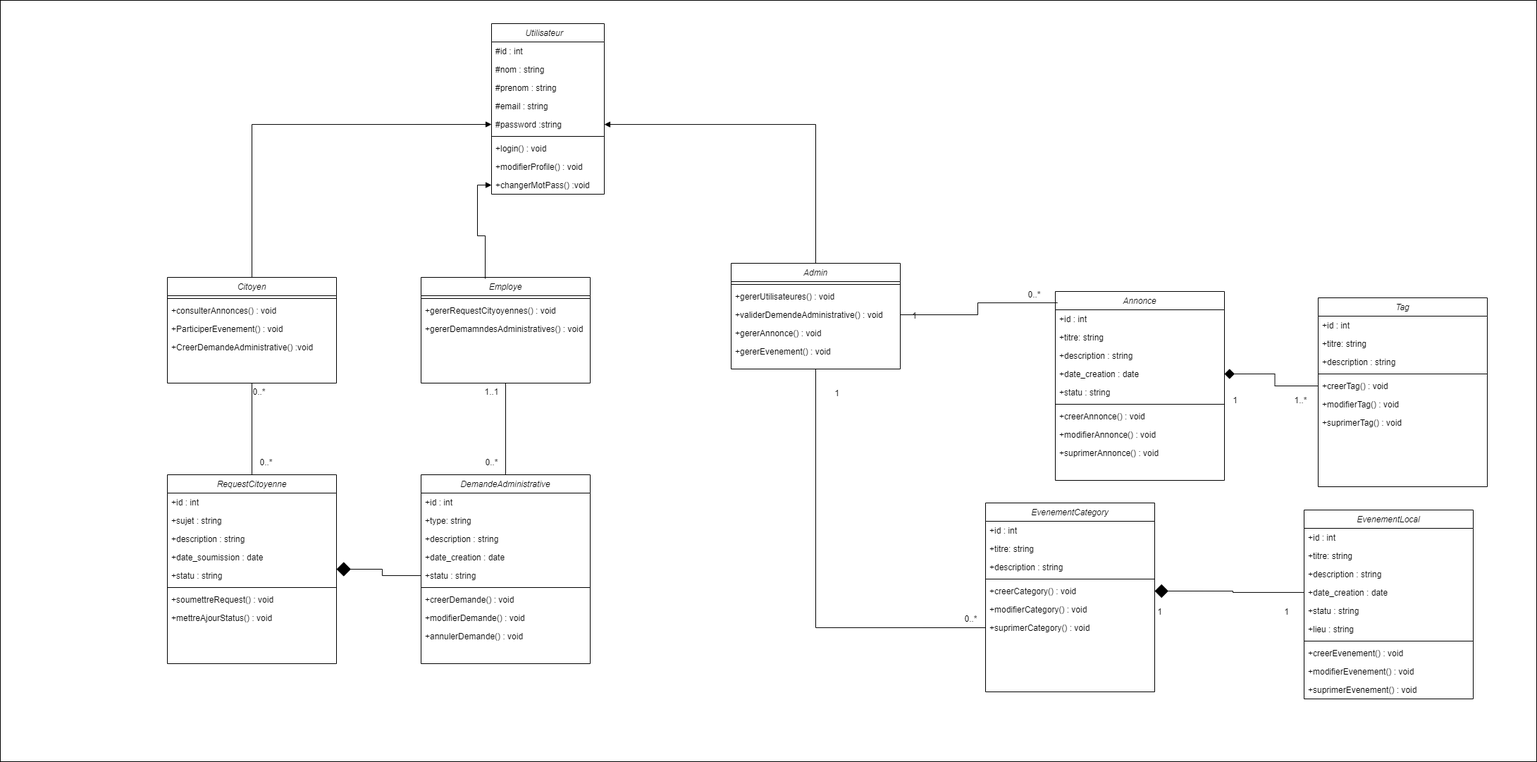
Before: diagramme de class fill rouge.drawio.png, a diagram exported from draw.io (Abdelmoudiri/fill_rouge_fonctionalite). Source tidied: cells renumbered, new cells last; positions are measured from the earlier drawing's top-left corner, leaving out a move shared by most shapes.
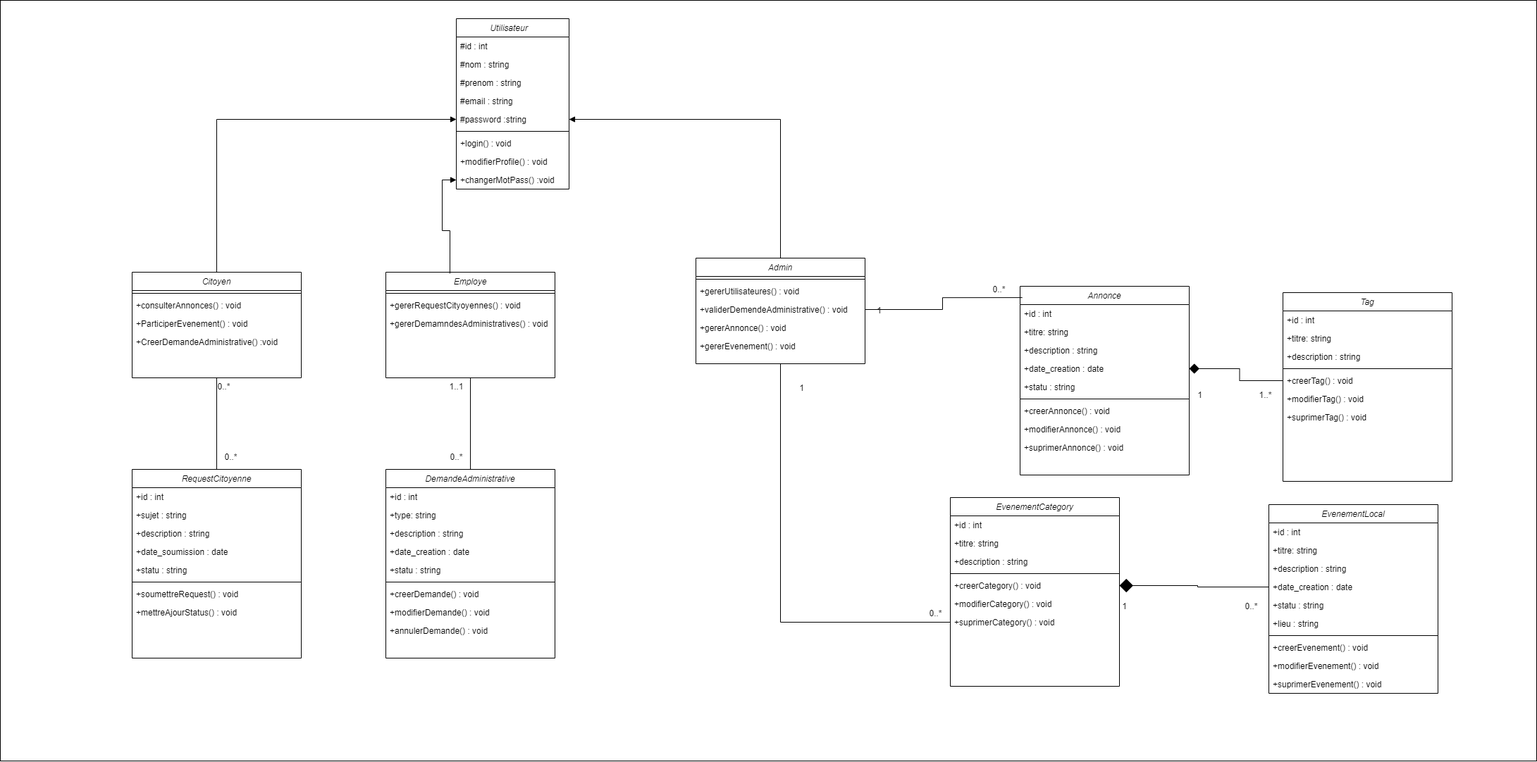
Later version of the same file.

What changed in the source:
```diff
@@ -3,7 +3,7 @@
     <mxCell id="0" />
     <mxCell id="1" parent="0" />
     <mxCell id="2" style="rounded=0;whiteSpace=wrap;html=1;" parent="1" vertex="1">
-      <mxGeometry width="2180" height="1080" as="geometry" />
+      <mxGeometry x="50" y="7" width="2180" height="1080" as="geometry" />
     </mxCell>
     <mxCell id="3" value="Utilisateur   " style="swimlane;fontStyle=2;align=center;verticalAlign=top;horizontal=1;startSize=26;rounded=0;shadow=0;strokeWidth=1;" parent="1" vertex="1">
       <mxGeometry x="697" y="33" width="160" height="242" as="geometry" />
@@ -86,9 +86,6 @@
     <mxCell id="29" value="+gererEvenement() : void" style="text;align=left;verticalAlign=top;spacingLeft=4;spacingRight=4;overflow=hidden;rounded=0;shadow=0;html=0;" parent="24" vertex="1">
       <mxGeometry y="112" width="240" height="26" as="geometry" />
     </mxCell>
-    <mxCell id="30" style="edgeStyle=orthogonalEdgeStyle;rounded=0;jettySize=auto;html=1;endArrow=none;startFill=1;startArrow=diamond;targetPerimeterSpacing=0;endSize=6;startSize=18;" parent="1" edge="1" source="31" target="45">
-      <mxGeometry relative="1" as="geometry" />
-    </mxCell>
     <mxCell id="31" value="RequestCitoyenne" style="swimlane;fontStyle=2;align=center;verticalAlign=top;horizontal=1;startSize=26;rounded=0;shadow=0;strokeWidth=1;" parent="1" vertex="1">
       <mxGeometry x="237" y="673" width="240" height="268" as="geometry" />
     </mxCell>
@@ -305,8 +302,8 @@
     <mxCell id="102" value="1" style="text;html=1;align=center;verticalAlign=middle;strokeColor=none;fillColor=none;" parent="1" vertex="1">
       <mxGeometry x="1630" y="853" width="30" height="30" as="geometry" />
     </mxCell>
-    <mxCell id="103" value="1" style="text;html=1;align=center;verticalAlign=middle;strokeColor=none;fillColor=none;" parent="1" vertex="1">
-      <mxGeometry x="1810" y="853" width="30" height="30" as="geometry" />
+    <mxCell id="103" value="0..*" style="text;html=1;align=center;verticalAlign=middle;strokeColor=none;fillColor=none;" parent="1" vertex="1">
+      <mxGeometry x="1805" y="853" width="40" height="30" as="geometry" />
     </mxCell>
     <mxCell id="104" value="1" style="text;html=1;align=center;verticalAlign=middle;strokeColor=none;fillColor=none;" parent="1" vertex="1">
       <mxGeometry x="1737" y="553" width="30" height="30" as="geometry" />
```
